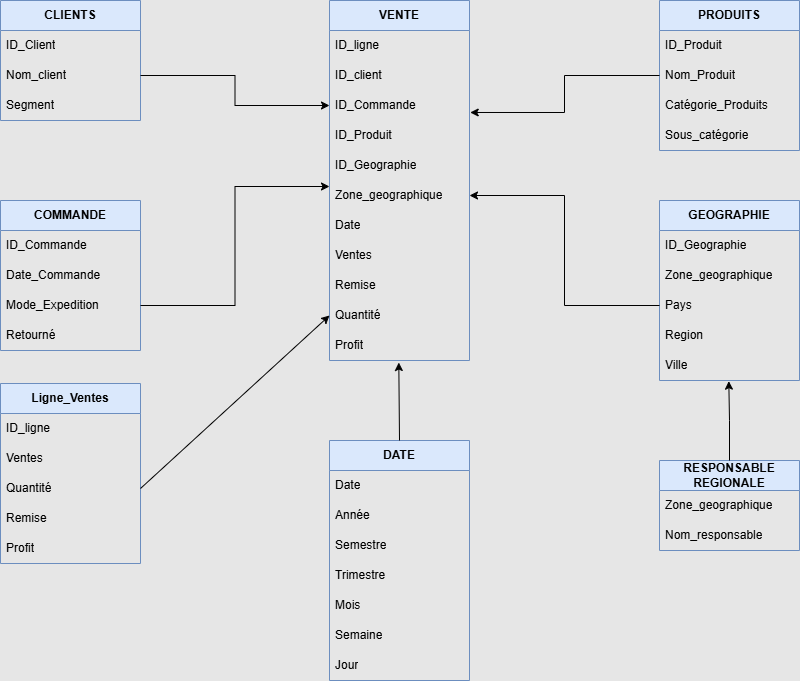
This is Hypermarket Project/Resources/HypermarketDatamart.drawio.png from christart-code/BI, a draw.io export, as it was before one commit. Source tidied: cells renumbered, new cells last; positions are measured from the earlier drawing's top-left corner, leaving out a move shared by most shapes.
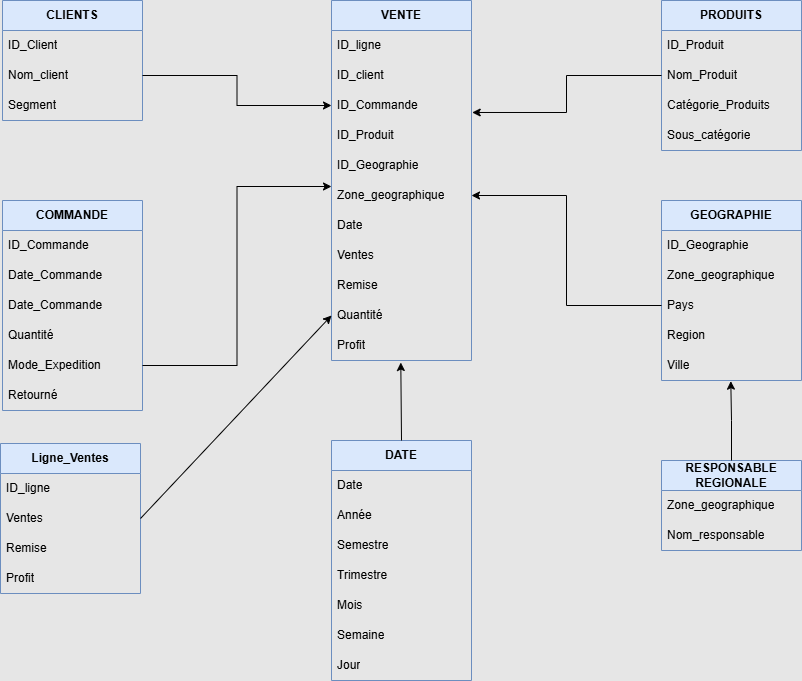
After the commit.

Commit message:
Mettre à jour HypermarketDatamart.drawio.png

The edit, as a diff of the source:
```diff
@@ -66,7 +66,7 @@
       <mxGeometry y="120" width="140" height="30" as="geometry" />
     </mxCell>
     <mxCell id="23" value="COMMANDE" style="swimlane;fontStyle=1;horizontal=1;startSize=30;whiteSpace=wrap;html=1;fillColor=#dae8fc;strokeColor=#6c8ebf;" parent="1" vertex="1">
-      <mxGeometry y="200" width="140" height="150" as="geometry" />
+      <mxGeometry y="200" width="140" height="210" as="geometry" />
     </mxCell>
     <mxCell id="24" value="ID_Commande" style="text;strokeColor=none;fillColor=none;align=left;verticalAlign=middle;spacingLeft=4;spacingRight=4;overflow=hidden;whiteSpace=wrap;html=1;" parent="23" vertex="1">
       <mxGeometry y="30" width="140" height="30" as="geometry" />
@@ -74,11 +74,17 @@
     <mxCell id="25" value="Date_Commande" style="text;strokeColor=none;fillColor=none;align=left;verticalAlign=middle;spacingLeft=4;spacingRight=4;overflow=hidden;whiteSpace=wrap;html=1;" parent="23" vertex="1">
       <mxGeometry y="60" width="140" height="30" as="geometry" />
     </mxCell>
+    <mxCell id="58" value="Date_Commande" style="text;strokeColor=none;fillColor=none;align=left;verticalAlign=middle;spacingLeft=4;spacingRight=4;overflow=hidden;whiteSpace=wrap;html=1;" parent="23" vertex="1">
+      <mxGeometry y="90" width="140" height="30" as="geometry" />
+    </mxCell>
+    <mxCell id="54" value="Quantité" style="text;strokeColor=none;fillColor=none;align=left;verticalAlign=middle;spacingLeft=4;spacingRight=4;overflow=hidden;points=[[0,0.5],[1,0.5]];portConstraint=eastwest;whiteSpace=wrap;html=1;" parent="23" vertex="1">
+      <mxGeometry y="120" width="140" height="30" as="geometry" />
+    </mxCell>
     <mxCell id="26" value="Mode_Expedition" style="text;strokeColor=none;fillColor=none;align=left;verticalAlign=middle;spacingLeft=4;spacingRight=4;overflow=hidden;points=[[0,0.5],[1,0.5]];portConstraint=eastwest;whiteSpace=wrap;html=1;" parent="23" vertex="1">
-      <mxGeometry y="90" width="140" height="30" as="geometry" />
+      <mxGeometry y="150" width="140" height="30" as="geometry" />
     </mxCell>
     <mxCell id="27" value="Retourné" style="text;strokeColor=none;fillColor=none;align=left;verticalAlign=middle;spacingLeft=4;spacingRight=4;overflow=hidden;whiteSpace=wrap;html=1;" parent="23" vertex="1">
-      <mxGeometry y="120" width="140" height="30" as="geometry" />
+      <mxGeometry y="180" width="140" height="30" as="geometry" />
     </mxCell>
     <mxCell id="28" value="GEOGRAPHIE" style="swimlane;fontStyle=1;horizontal=1;startSize=30;whiteSpace=wrap;html=1;fillColor=#dae8fc;strokeColor=#6c8ebf;" parent="1" vertex="1">
       <mxGeometry x="659" y="200" width="140" height="180" as="geometry" />
@@ -150,7 +156,7 @@
       <mxGeometry relative="1" as="geometry" />
     </mxCell>
     <mxCell id="51" value="Ligne_Ventes" style="swimlane;fontStyle=1;horizontal=1;startSize=30;whiteSpace=wrap;html=1;fillColor=#dae8fc;strokeColor=#6c8ebf;" parent="1" vertex="1">
-      <mxGeometry y="383" width="140" height="180" as="geometry" />
+      <mxGeometry x="-2" y="443" width="140" height="150" as="geometry" />
     </mxCell>
     <mxCell id="52" value="ID_ligne" style="text;strokeColor=none;fillColor=none;align=left;verticalAlign=middle;spacingLeft=4;spacingRight=4;overflow=hidden;whiteSpace=wrap;html=1;" parent="51" vertex="1">
       <mxGeometry y="30" width="140" height="30" as="geometry" />
@@ -158,16 +164,13 @@
     <mxCell id="53" value="Ventes" style="text;strokeColor=none;fillColor=none;align=left;verticalAlign=middle;spacingLeft=4;spacingRight=4;overflow=hidden;points=[[0,0.5],[1,0.5]];portConstraint=eastwest;whiteSpace=wrap;html=1;" parent="51" vertex="1">
       <mxGeometry y="60" width="140" height="30" as="geometry" />
     </mxCell>
-    <mxCell id="54" value="Quantité" style="text;strokeColor=none;fillColor=none;align=left;verticalAlign=middle;spacingLeft=4;spacingRight=4;overflow=hidden;points=[[0,0.5],[1,0.5]];portConstraint=eastwest;whiteSpace=wrap;html=1;" parent="51" vertex="1">
-      <mxGeometry y="90" width="140" height="30" as="geometry" />
-    </mxCell>
     <mxCell id="55" value="Remise" style="text;strokeColor=none;fillColor=none;align=left;verticalAlign=middle;spacingLeft=4;spacingRight=4;overflow=hidden;whiteSpace=wrap;html=1;" parent="51" vertex="1">
-      <mxGeometry y="120" width="140" height="30" as="geometry" />
+      <mxGeometry y="90" width="140" height="30" as="geometry" />
     </mxCell>
     <mxCell id="56" value="Profit" style="text;strokeColor=none;fillColor=none;align=left;verticalAlign=middle;spacingLeft=4;spacingRight=4;overflow=hidden;whiteSpace=wrap;html=1;" parent="51" vertex="1">
-      <mxGeometry y="150" width="140" height="30" as="geometry" />
+      <mxGeometry y="120" width="140" height="30" as="geometry" />
     </mxCell>
-    <mxCell id="57" style="endArrow=classic;html=1;rounded=0;entryX=0;entryY=0.5;entryDx=0;entryDy=0;exitX=1;exitY=0.5;exitDx=0;exitDy=0;" parent="1" edge="1" source="54" target="12">
+    <mxCell id="57" style="endArrow=classic;html=1;rounded=0;entryX=0;entryY=0.5;entryDx=0;entryDy=0;exitX=1;exitY=0.5;exitDx=0;exitDy=0;" parent="1" edge="1" source="53" target="12">
       <mxGeometry relative="1" as="geometry" />
     </mxCell>
   </root>
```
